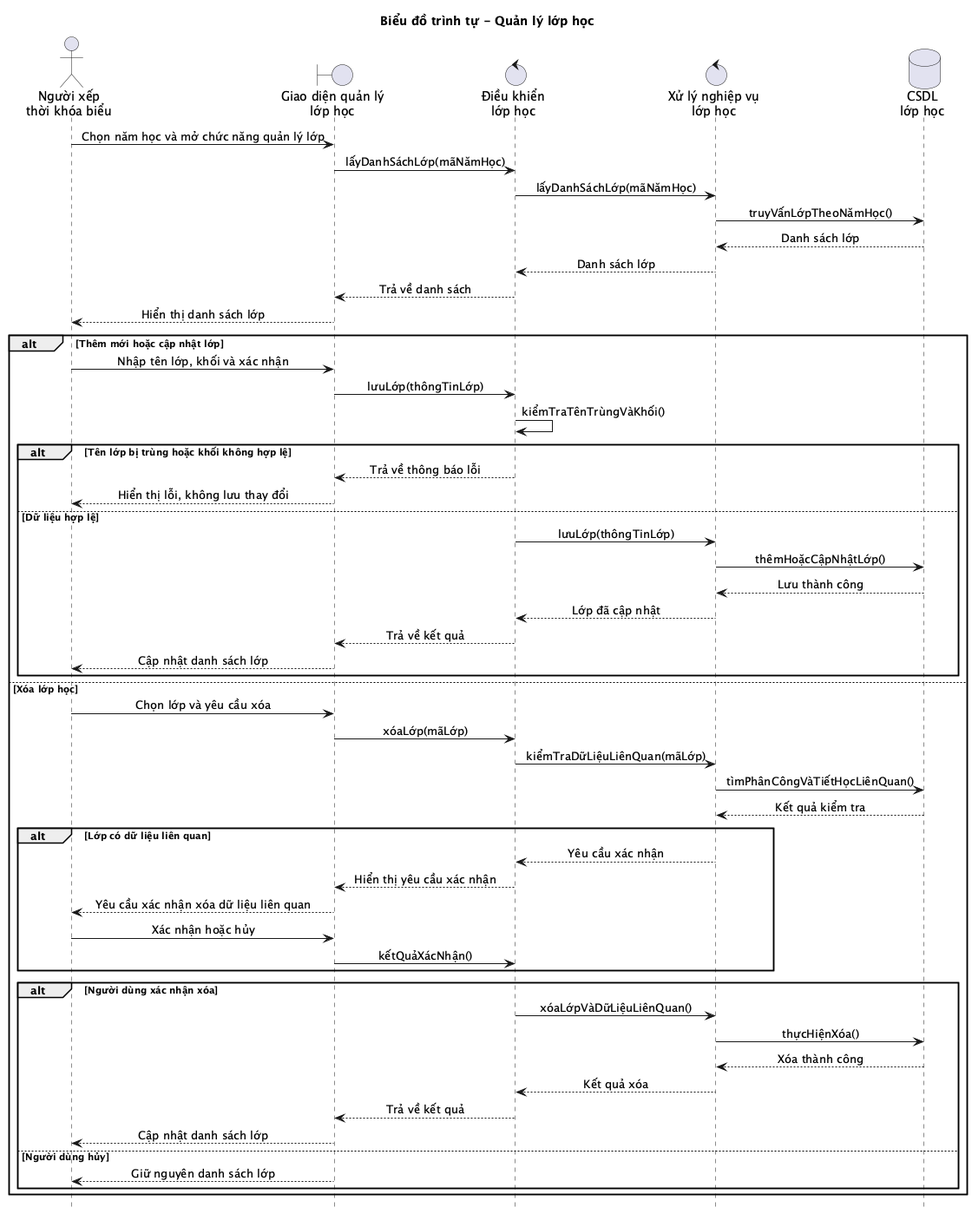
Above: report/Hinhve/SequenceDiagram/sequence_quan_ly_lop_hoc.png in ntth2000/edu-scheduling (PlantUML), before the change.
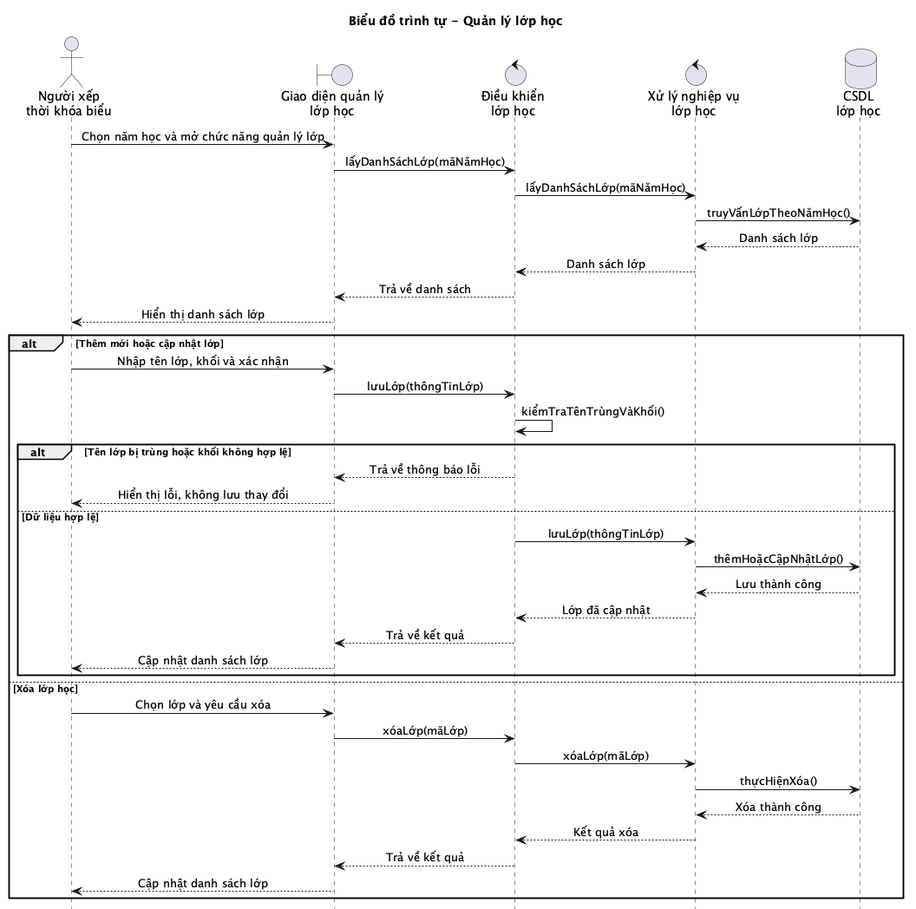
After the commit.

Change to the diagram source:
```diff
@@ -37,25 +37,11 @@
 else Xóa lớp học
     User -> UI: Chọn lớp và yêu cầu xóa
     UI -> Controller: xóaLớp(mãLớp)
-    Controller -> Service: kiểmTraDữLiệuLiênQuan(mãLớp)
-    Service -> DB: tìmPhânCôngVàTiếtHọcLiênQuan()
-    DB --> Service: Kết quả kiểm tra
-    alt Lớp có dữ liệu liên quan
-        Service --> Controller: Yêu cầu xác nhận
-        Controller --> UI: Hiển thị yêu cầu xác nhận
-        UI --> User: Yêu cầu xác nhận xóa dữ liệu liên quan
-        User -> UI: Xác nhận hoặc hủy
-        UI -> Controller: kếtQuảXácNhận()
-    end
-    alt Người dùng xác nhận xóa
-        Controller -> Service: xóaLớpVàDữLiệuLiênQuan()
-        Service -> DB: thựcHiệnXóa()
-        DB --> Service: Xóa thành công
-        Service --> Controller: Kết quả xóa
-        Controller --> UI: Trả về kết quả
-        UI --> User: Cập nhật danh sách lớp
-    else Người dùng hủy
-        UI --> User: Giữ nguyên danh sách lớp
-    end
+    Controller -> Service: xóaLớp(mãLớp)
+    Service -> DB: thựcHiệnXóa()
+    DB --> Service: Xóa thành công
+    Service --> Controller: Kết quả xóa
+    Controller --> UI: Trả về kết quả
+    UI --> User: Cập nhật danh sách lớp
 end
 @enduml
```
